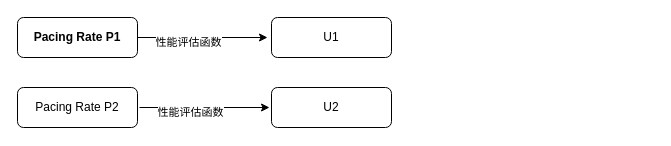
This is Untitled Diagram.drawio from ycopy/c11, a draw.io file, before an edit. Source tidied: cells renumbered, new cells numbered last; positions are measured from the earlier drawing's top-left corner, leaving out a move shared by most shapes. Both pictures are drawn from the tidied source at 100%, with x=0, y=0 at pixel (17, 17).
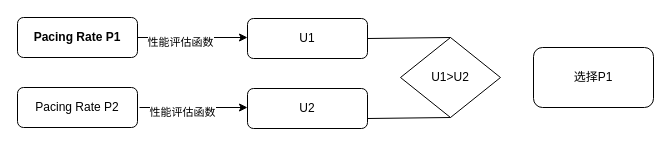
The same diagram, later.

The edit, as a diff of the source:
```diff
@@
 <mxGraphModel>
   <root>
     <mxCell id="0" />
     <mxCell id="1" parent="0" />
     <mxCell id="2" value="Pacing Rate P1" style="rounded=1;whiteSpace=wrap;html=1;fontSize=12;glass=0;strokeWidth=1;shadow=0;fontStyle=1;" parent="1" vertex="1">
       <mxGeometry width="120" height="40" as="geometry" />
     </mxCell>
     <mxCell id="3" value="Pacing Rate P2" style="rounded=1;whiteSpace=wrap;html=1;fontSize=12;glass=0;strokeWidth=1;shadow=0;" parent="1" vertex="1">
       <mxGeometry y="70" width="120" height="40" as="geometry" />
     </mxCell>
     <mxCell id="4" value="U1" style="rounded=1;whiteSpace=wrap;html=1;fontSize=12;glass=0;strokeWidth=1;shadow=0;" parent="1" vertex="1">
-      <mxGeometry x="254" width="120" height="40" as="geometry" />
+      <mxGeometry x="230" y="1" width="120" height="40" as="geometry" />
     </mxCell>
     <mxCell id="5" value="U2" style="rounded=1;whiteSpace=wrap;html=1;fontSize=12;glass=0;strokeWidth=1;shadow=0;" parent="1" vertex="1">
-      <mxGeometry x="254" y="70" width="120" height="40" as="geometry" />
+      <mxGeometry x="230" y="71" width="120" height="40" as="geometry" />
     </mxCell>
     <mxCell id="6" style="endArrow=classic;html=1;rounded=0;exitX=1;exitY=0.5;exitDx=0;exitDy=0;" parent="1" edge="1" source="2">
       <mxGeometry relative="1" as="geometry">
-        <mxPoint x="250" y="20" as="targetPoint" />
+        <mxPoint x="230" y="20" as="targetPoint" />
       </mxGeometry>
     </mxCell>
     <mxCell id="7" value="性能评估函数" style="edgeLabel;html=1;align=center;verticalAlign=middle;" parent="6" vertex="1">
       <mxGeometry x="-0.23" y="-4" relative="1" as="geometry" />
     </mxCell>
     <mxCell id="8" style="endArrow=classic;html=1;rounded=0;exitX=1;exitY=0.5;exitDx=0;exitDy=0;" parent="1" edge="1">
       <mxGeometry relative="1" as="geometry">
         <mxPoint x="122" y="90" as="sourcePoint" />
-        <mxPoint x="252" y="90" as="targetPoint" />
+        <mxPoint x="230" y="90" as="targetPoint" />
       </mxGeometry>
     </mxCell>
     <mxCell id="9" value="性能评估函数" style="edgeLabel;html=1;align=center;verticalAlign=middle;" parent="8" vertex="1">
       <mxGeometry x="-0.23" y="-4" relative="1" as="geometry" />
     </mxCell>
+    <mxCell id="10" value="U1&amp;gt;U2" style="rhombus;whiteSpace=wrap;html=1;" parent="1" vertex="1">
+      <mxGeometry x="383" y="20" width="100" height="80" as="geometry" />
+    </mxCell>
+    <mxCell id="11" style="endArrow=none;html=1;rounded=0;entryX=0.5;entryY=0;entryDx=0;entryDy=0;exitX=1;exitY=0.5;exitDx=0;exitDy=0;" parent="1" edge="1" source="4" target="10">
+      <mxGeometry relative="1" as="geometry" />
+    </mxCell>
+    <mxCell id="12" style="endArrow=none;html=1;rounded=0;entryX=0.5;entryY=1;entryDx=0;entryDy=0;exitX=1;exitY=0.75;exitDx=0;exitDy=0;" parent="1" edge="1" source="5" target="10">
+      <mxGeometry relative="1" as="geometry" />
+    </mxCell>
+    <mxCell id="13" value="选择P1" style="rounded=1;whiteSpace=wrap;html=1;" parent="1" vertex="1">
+      <mxGeometry x="516" y="30" width="120" height="60" as="geometry" />
+    </mxCell>
   </root>
 </mxGraphModel>
```
